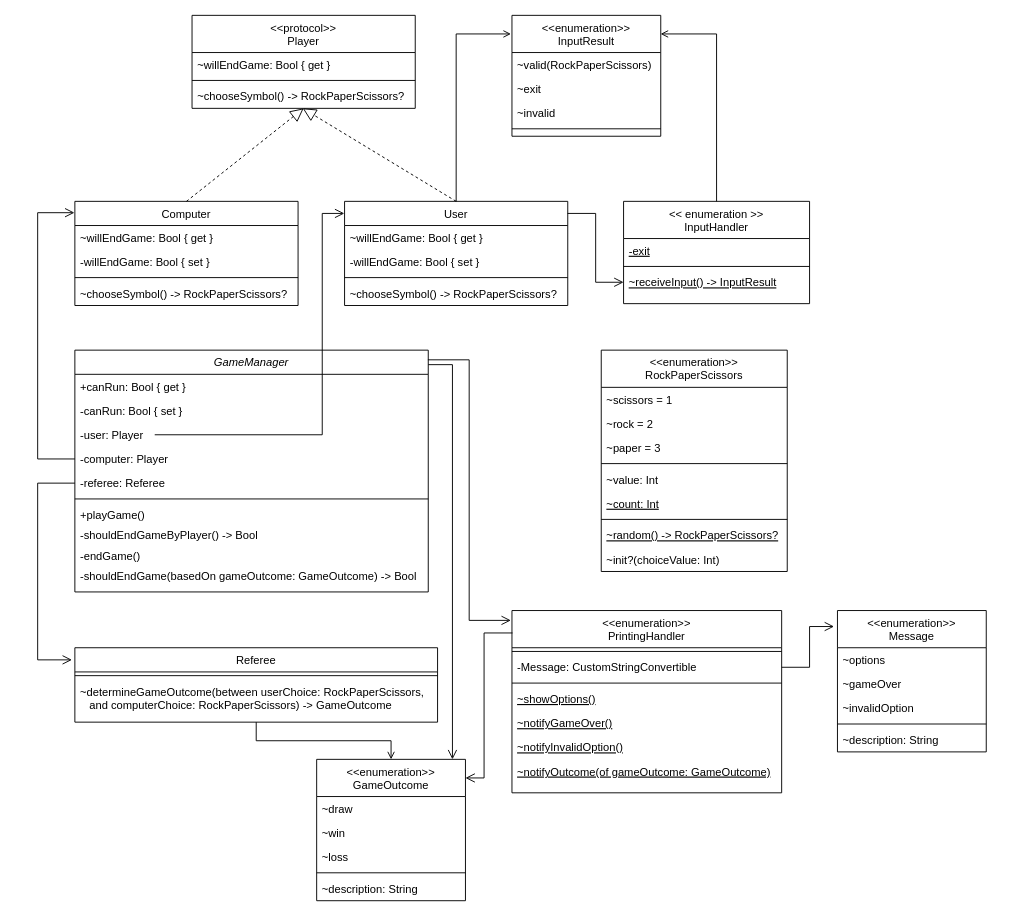
Before: docs/Game_RockPaperScissors_ClassDiagram.drawio in tasty-code/ios-rock-scissor-paper, a draw.io diagram. Source tidied: cells renumbered, new cells numbered last; positions are measured from the earlier drawing's top-left corner, leaving out a move shared by most shapes. Both pictures are drawn from the tidied source at 93%, with x=0, y=0 at pixel (37, 15).
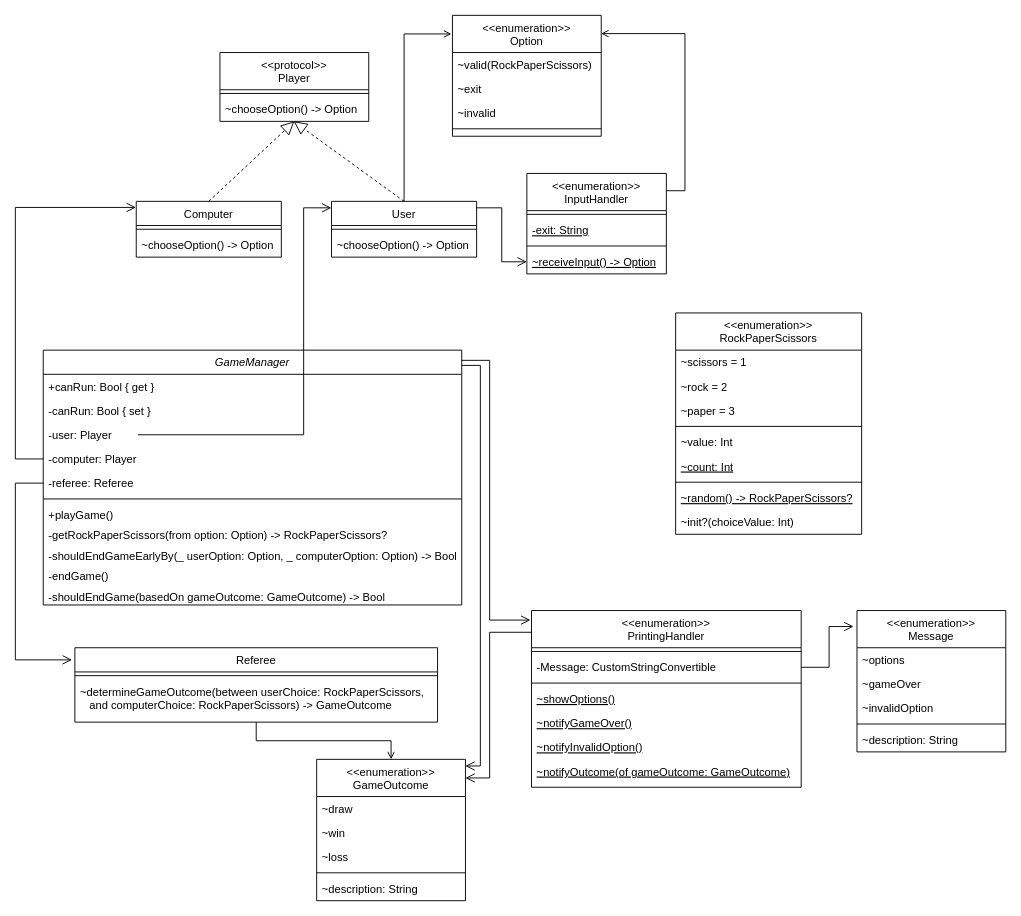
The same page after the edit.

Commit message (it also covers changes not shown here):
docs, refactor: Player 프로토콜의 willEndGame 변수 제거를 위한 리팩토링

Unchanged cells that the change refers to:
```xml
<mxCell id="30" value="Referee" style="swimlane;fontStyle=0;align=center;verticalAlign=top;horizontal=1;startSize=26;rounded=0;shadow=0;strokeWidth=1;" parent="1" vertex="1">
  <mxGeometry x="40" y="680" width="390" height="80" as="geometry" />
</mxCell>
<mxCell id="58" value="-Message: CustomStringConvertible" style="text;align=left;verticalAlign=top;spacingLeft=4;spacingRight=4;overflow=hidden;points=[[0,0.5],[1,0.5]];portConstraint=eastwest;" parent="56" vertex="1">
  <mxGeometry y="48" width="290" height="26" as="geometry" />
</mxCell>
<mxCell id="66" value="&lt;&lt;enumeration&gt;&gt;&#10;GameOutcome" style="swimlane;fontStyle=0;align=center;verticalAlign=top;horizontal=1;startSize=40;rounded=0;shadow=0;strokeWidth=1;" parent="1" vertex="1">
  <mxGeometry x="300" y="800" width="160" height="152" as="geometry" />
</mxCell>
```

Diff of the diagram source:
```diff
@@
     <mxCell id="2" value="GameManager" style="swimlane;fontStyle=2;align=center;verticalAlign=top;horizontal=1;startSize=26;rounded=0;shadow=0;strokeWidth=1;" parent="1" vertex="1">
-      <mxGeometry x="40" y="360" width="380" height="260" as="geometry" />
+      <mxGeometry x="6" y="360" width="450" height="274" as="geometry" />
     </mxCell>
     <mxCell id="3" value="+canRun: Bool { get }" style="text;align=left;verticalAlign=top;spacingLeft=4;spacingRight=4;overflow=hidden;" parent="2" vertex="1">
-      <mxGeometry y="26" width="380" height="26" as="geometry" />
+      <mxGeometry y="26" width="450" height="26" as="geometry" />
     </mxCell>
     <mxCell id="4" value="-canRun: Bool { set }" style="text;align=left;verticalAlign=top;spacingLeft=4;spacingRight=4;overflow=hidden;rounded=0;shadow=0;html=0;" parent="2" vertex="1">
-      <mxGeometry y="52" width="380" height="26" as="geometry" />
+      <mxGeometry y="52" width="450" height="26" as="geometry" />
     </mxCell>
     <mxCell id="5" value="-user: Player" style="text;align=left;verticalAlign=top;spacingLeft=4;spacingRight=4;overflow=hidden;points=[[0,0.5],[1,0.5]];portConstraint=eastwest;rounded=0;shadow=0;html=0;" parent="2" vertex="1">
-      <mxGeometry y="78" width="380" height="26" as="geometry" />
+      <mxGeometry y="78" width="450" height="26" as="geometry" />
     </mxCell>
     <mxCell id="6" value="-computer: Player" style="text;align=left;verticalAlign=top;spacingLeft=4;spacingRight=4;overflow=hidden;points=[[0,0.5],[1,0.5]];portConstraint=eastwest;rounded=0;shadow=0;html=0;" parent="2" vertex="1">
-      <mxGeometry y="104" width="380" height="26" as="geometry" />
+      <mxGeometry y="104" width="450" height="26" as="geometry" />
     </mxCell>
     <mxCell id="7" value="-referee: Referee" style="text;align=left;verticalAlign=top;spacingLeft=4;spacingRight=4;overflow=hidden;points=[[0,0.5],[1,0.5]];portConstraint=eastwest;rounded=0;shadow=0;html=0;" parent="2" vertex="1">
-      <mxGeometry y="130" width="380" height="26" as="geometry" />
+      <mxGeometry y="130" width="450" height="26" as="geometry" />
     </mxCell>
     <mxCell id="8" style="line;html=1;strokeWidth=1;align=left;verticalAlign=middle;spacingTop=-1;spacingLeft=3;spacingRight=3;labelPosition=right;" parent="2" vertex="1">
-      <mxGeometry y="156" width="380" height="8" as="geometry" />
+      <mxGeometry y="156" width="450" height="8" as="geometry" />
     </mxCell>
     <mxCell id="9" value="+playGame()" style="text;align=left;verticalAlign=top;spacingLeft=4;spacingRight=4;overflow=hidden;strokeColor=none;" parent="2" vertex="1">
-      <mxGeometry y="164" width="380" height="22" as="geometry" />
+      <mxGeometry y="164" width="450" height="22" as="geometry" />
     </mxCell>
+    <mxCell id="82" value="-getRockPaperScissors(from option: Option) -&gt; RockPaperScissors?" style="text;align=left;verticalAlign=top;spacingLeft=4;spacingRight=4;overflow=hidden;strokeColor=none;" parent="2" vertex="1">
+      <mxGeometry y="186" width="450" height="22" as="geometry" />
+    </mxCell>
-    <mxCell id="10" value="-shouldEndGameByPlayer() -&gt; Bool" style="text;align=left;verticalAlign=top;spacingLeft=4;spacingRight=4;overflow=hidden;strokeColor=none;" parent="2" vertex="1">
-      <mxGeometry y="186" width="380" height="22" as="geometry" />
+    <mxCell id="10" value="-shouldEndGameEarlyBy(_ userOption: Option, _ computerOption: Option) -&gt; Bool" style="text;align=left;verticalAlign=top;spacingLeft=4;spacingRight=4;overflow=hidden;strokeColor=none;" parent="2" vertex="1">
+      <mxGeometry y="208" width="450" height="22" as="geometry" />
     </mxCell>
     <mxCell id="11" value="-endGame()" style="text;align=left;verticalAlign=top;spacingLeft=4;spacingRight=4;overflow=hidden;strokeColor=none;" parent="2" vertex="1">
-      <mxGeometry y="208" width="380" height="22" as="geometry" />
+      <mxGeometry y="230" width="450" height="22" as="geometry" />
     </mxCell>
     <mxCell id="12" value="-shouldEndGame(basedOn gameOutcome: GameOutcome) -&gt; Bool" style="text;align=left;verticalAlign=top;spacingLeft=4;spacingRight=4;overflow=hidden;strokeColor=none;" parent="2" vertex="1">
-      <mxGeometry y="230" width="380" height="22" as="geometry" />
+      <mxGeometry y="252" width="450" height="22" as="geometry" />
     </mxCell>
     <mxCell id="13" value="&lt;&lt;enumeration&gt;&gt;&#10;RockPaperScissors" style="swimlane;fontStyle=0;align=center;verticalAlign=top;horizontal=1;startSize=40;rounded=0;shadow=0;strokeWidth=1;" parent="1" vertex="1">
-      <mxGeometry x="606" y="360" width="200" height="238" as="geometry" />
+      <mxGeometry x="686" y="320" width="200" height="238" as="geometry" />
     </mxCell>
@@
     <mxCell id="23" value="&lt;&lt;enumeration&gt;&gt;&#10;Message" style="swimlane;fontStyle=0;align=center;verticalAlign=top;horizontal=1;startSize=40;rounded=0;shadow=0;strokeWidth=1;" parent="1" vertex="1">
-      <mxGeometry x="860" y="640" width="160" height="152" as="geometry" />
+      <mxGeometry x="881" y="640" width="160" height="152" as="geometry" />
     </mxCell>
@@
     <mxCell id="29" style="edgeStyle=elbowEdgeStyle;elbow=horizontal;endArrow=open;html=1;curved=0;rounded=0;endSize=8;startSize=8;endFill=0;entryX=-0.004;entryY=0.054;entryDx=0;entryDy=0;entryPerimeter=0;exitX=0.999;exitY=0.04;exitDx=0;exitDy=0;exitPerimeter=0;" parent="1" edge="1" source="2" target="56">
-      <mxGeometry relative="1" as="geometry" />
+      <mxGeometry relative="1" as="geometry">
+        <Array as="points">
+          <mxPoint x="486" y="510" />
+        </Array>
+      </mxGeometry>
     </mxCell>
@@
     <mxCell id="33" value="&lt;&lt;protocol&gt;&gt;&#10;Player" style="swimlane;fontStyle=0;align=center;verticalAlign=top;horizontal=1;startSize=40;rounded=0;shadow=0;strokeWidth=1;" parent="1" vertex="1">
-      <mxGeometry x="166" width="240" height="100" as="geometry" />
+      <mxGeometry x="196" y="40" width="160" height="74" as="geometry" />
     </mxCell>
-    <mxCell id="34" value="~willEndGame: Bool { get }" style="text;align=left;verticalAlign=top;spacingLeft=4;spacingRight=4;overflow=hidden;" parent="33" vertex="1">
-      <mxGeometry y="40" width="240" height="26" as="geometry" />
-    </mxCell>
     <mxCell id="35" style="line;html=1;strokeWidth=1;align=left;verticalAlign=middle;spacingTop=-1;spacingLeft=3;spacingRight=3;labelPosition=right;" parent="33" vertex="1">
-      <mxGeometry y="66" width="240" height="8" as="geometry" />
+      <mxGeometry y="40" width="160" height="8" as="geometry" />
     </mxCell>
-    <mxCell id="36" value="~chooseSymbol() -&gt; RockPaperScissors?" style="text;align=left;verticalAlign=top;spacingLeft=4;spacingRight=4;overflow=hidden;points=[[0,0.5],[1,0.5]];portConstraint=eastwest;" parent="33" vertex="1">
-      <mxGeometry y="74" width="240" height="26" as="geometry" />
+    <mxCell id="36" value="~chooseOption() -&gt; Option" style="text;align=left;verticalAlign=top;spacingLeft=4;spacingRight=4;overflow=hidden;points=[[0,0.5],[1,0.5]];portConstraint=eastwest;" parent="33" vertex="1">
+      <mxGeometry y="48" width="160" height="26" as="geometry" />
     </mxCell>
     <mxCell id="37" value="Computer" style="swimlane;fontStyle=0;align=center;verticalAlign=top;horizontal=1;startSize=26;rounded=0;shadow=0;strokeWidth=1;" parent="1" vertex="1">
-      <mxGeometry x="40" y="200" width="240" height="112" as="geometry" />
+      <mxGeometry x="106" y="200" width="156" height="60" as="geometry" />
     </mxCell>
-    <mxCell id="38" value="~willEndGame: Bool { get }" style="text;align=left;verticalAlign=top;spacingLeft=4;spacingRight=4;overflow=hidden;" parent="37" vertex="1">
-      <mxGeometry y="26" width="240" height="26" as="geometry" />
-    </mxCell>
-    <mxCell id="39" value="-willEndGame: Bool { set }" style="text;align=left;verticalAlign=top;spacingLeft=4;spacingRight=4;overflow=hidden;" parent="37" vertex="1">
-      <mxGeometry y="52" width="240" height="26" as="geometry" />
-    </mxCell>
     <mxCell id="40" style="line;html=1;strokeWidth=1;align=left;verticalAlign=middle;spacingTop=-1;spacingLeft=3;spacingRight=3;labelPosition=right;" parent="37" vertex="1">
-      <mxGeometry y="78" width="240" height="8" as="geometry" />
+      <mxGeometry y="26" width="156" height="8" as="geometry" />
     </mxCell>
-    <mxCell id="41" value="~chooseSymbol() -&gt; RockPaperScissors?" style="text;align=left;verticalAlign=top;spacingLeft=4;spacingRight=4;overflow=hidden;" parent="37" vertex="1">
-      <mxGeometry y="86" width="240" height="26" as="geometry" />
+    <mxCell id="41" value="~chooseOption() -&gt; Option" style="text;align=left;verticalAlign=top;spacingLeft=4;spacingRight=4;overflow=hidden;" parent="37" vertex="1">
+      <mxGeometry y="34" width="156" height="26" as="geometry" />
     </mxCell>
-    <mxCell id="42" value="&lt;&lt;enumeration&gt;&gt;&#10;InputResult" style="swimlane;fontStyle=0;align=center;verticalAlign=top;horizontal=1;startSize=40;rounded=0;shadow=0;strokeWidth=1;" parent="1" vertex="1">
-      <mxGeometry x="510" width="160" height="130" as="geometry" />
+    <mxCell id="42" value="&lt;&lt;enumeration&gt;&gt;&#10;Option" style="swimlane;fontStyle=0;align=center;verticalAlign=top;horizontal=1;startSize=40;rounded=0;shadow=0;strokeWidth=1;" parent="1" vertex="1">
+      <mxGeometry x="446" width="160" height="130" as="geometry" />
     </mxCell>
@@
     <mxCell id="47" value="User" style="swimlane;fontStyle=0;align=center;verticalAlign=top;horizontal=1;startSize=26;rounded=0;shadow=0;strokeWidth=1;" parent="1" vertex="1">
-      <mxGeometry x="330" y="200" width="240" height="112" as="geometry" />
+      <mxGeometry x="316" y="200" width="156" height="60" as="geometry" />
     </mxCell>
-    <mxCell id="48" value="~willEndGame: Bool { get }" style="text;align=left;verticalAlign=top;spacingLeft=4;spacingRight=4;overflow=hidden;" parent="47" vertex="1">
-      <mxGeometry y="26" width="240" height="26" as="geometry" />
-    </mxCell>
-    <mxCell id="49" value="-willEndGame: Bool { set }" style="text;align=left;verticalAlign=top;spacingLeft=4;spacingRight=4;overflow=hidden;" parent="47" vertex="1">
-      <mxGeometry y="52" width="240" height="26" as="geometry" />
-    </mxCell>
     <mxCell id="50" style="line;html=1;strokeWidth=1;align=left;verticalAlign=middle;spacingTop=-1;spacingLeft=3;spacingRight=3;labelPosition=right;" parent="47" vertex="1">
-      <mxGeometry y="78" width="240" height="8" as="geometry" />
+      <mxGeometry y="26" width="156" height="8" as="geometry" />
     </mxCell>
-    <mxCell id="51" value="~chooseSymbol() -&gt; RockPaperScissors?" style="text;align=left;verticalAlign=top;spacingLeft=4;spacingRight=4;overflow=hidden;" parent="47" vertex="1">
-      <mxGeometry y="86" width="240" height="26" as="geometry" />
+    <mxCell id="51" value="~chooseOption() -&gt; Option" style="text;align=left;verticalAlign=top;spacingLeft=4;spacingRight=4;overflow=hidden;" parent="47" vertex="1">
+      <mxGeometry y="34" width="156" height="26" as="geometry" />
     </mxCell>
-    <mxCell id="52" value="&lt;&lt; enumeration &gt;&gt;&#10;InputHandler" style="swimlane;fontStyle=0;align=center;verticalAlign=top;horizontal=1;startSize=40;rounded=0;shadow=0;strokeWidth=1;" parent="1" vertex="1">
-      <mxGeometry x="630" y="200" width="200" height="110" as="geometry" />
+    <mxCell id="52" value="&lt;&lt;enumeration&gt;&gt;&#10;InputHandler" style="swimlane;fontStyle=0;align=center;verticalAlign=middle;horizontal=1;startSize=40;rounded=0;shadow=0;strokeWidth=1;" parent="1" vertex="1">
+      <mxGeometry x="526" y="170" width="150" height="108" as="geometry" />
     </mxCell>
+    <mxCell id="54" style="line;html=1;strokeWidth=1;align=left;verticalAlign=middle;spacingTop=-1;spacingLeft=3;spacingRight=3;labelPosition=right;" parent="52" vertex="1">
+      <mxGeometry y="40" width="150" height="8" as="geometry" />
+    </mxCell>
-    <mxCell id="53" value="-exit" style="text;align=left;verticalAlign=top;spacingLeft=4;spacingRight=4;overflow=hidden;fontStyle=4;" parent="52" vertex="1">
-      <mxGeometry y="40" width="200" height="26" as="geometry" />
+    <mxCell id="53" value="-exit: String" style="text;align=left;verticalAlign=top;spacingLeft=4;spacingRight=4;overflow=hidden;fontStyle=4;" parent="52" vertex="1">
+      <mxGeometry y="48" width="150" height="26" as="geometry" />
     </mxCell>
-    <mxCell id="54" style="line;html=1;strokeWidth=1;align=left;verticalAlign=middle;spacingTop=-1;spacingLeft=3;spacingRight=3;labelPosition=right;" parent="52" vertex="1">
-      <mxGeometry y="66" width="200" height="8" as="geometry" />
-    </mxCell>
+    <mxCell id="83" style="line;html=1;strokeWidth=1;align=left;verticalAlign=middle;spacingTop=-1;spacingLeft=3;spacingRight=3;labelPosition=right;" parent="52" vertex="1">
+      <mxGeometry y="74" width="150" height="8" as="geometry" />
+    </mxCell>
-    <mxCell id="55" value="~receiveInput() -&gt; InputResult" style="text;align=left;verticalAlign=top;spacingLeft=4;spacingRight=4;overflow=hidden;points=[[0,0.5],[1,0.5]];portConstraint=eastwest;fontStyle=4;" parent="52" vertex="1">
-      <mxGeometry y="74" width="200" height="26" as="geometry" />
+    <mxCell id="55" value="~receiveInput() -&gt; Option" style="text;align=left;verticalAlign=top;spacingLeft=4;spacingRight=4;overflow=hidden;points=[[0,0.5],[1,0.5]];portConstraint=eastwest;fontStyle=4;" parent="52" vertex="1">
+      <mxGeometry y="82" width="150" height="26" as="geometry" />
     </mxCell>
     <mxCell id="56" value="&lt;&lt;enumeration&gt;&gt;&#10;PrintingHandler" style="swimlane;fontStyle=0;align=center;verticalAlign=top;horizontal=1;startSize=40;rounded=0;shadow=0;strokeWidth=1;" parent="1" vertex="1">
-      <mxGeometry x="510" y="640" width="290" height="196" as="geometry" />
+      <mxGeometry x="531" y="640" width="290" height="190" as="geometry" />
     </mxCell>
@@
     <mxCell id="72" style="edgeStyle=elbowEdgeStyle;elbow=horizontal;endArrow=open;html=1;curved=0;rounded=0;endSize=8;startSize=8;endFill=0;exitX=0;exitY=0.5;exitDx=0;exitDy=0;entryX=-0.002;entryY=0.109;entryDx=0;entryDy=0;entryPerimeter=0;" parent="1" edge="1" source="6" target="37">
       <mxGeometry relative="1" as="geometry">
         <Array as="points">
-          <mxPoint y="390" />
+          <mxPoint x="-24" y="360" />
         </Array>
       </mxGeometry>
     </mxCell>
     <mxCell id="73" style="edgeStyle=elbowEdgeStyle;elbow=horizontal;endArrow=open;html=1;curved=0;rounded=0;endSize=8;startSize=8;endFill=0;entryX=-0.001;entryY=0.116;entryDx=0;entryDy=0;entryPerimeter=0;exitX=0.226;exitY=0.5;exitDx=0;exitDy=0;exitPerimeter=0;" parent="1" edge="1" source="5" target="47">
       <mxGeometry relative="1" as="geometry">
         <Array as="points">
-          <mxPoint x="306" y="330" />
+          <mxPoint x="286" y="330" />
         </Array>
       </mxGeometry>
     </mxCell>
     <mxCell id="74" style="edgeStyle=elbowEdgeStyle;elbow=vertical;endArrow=open;html=1;curved=0;rounded=0;endSize=8;startSize=8;endFill=0;exitX=0;exitY=0.5;exitDx=0;exitDy=0;entryX=-0.008;entryY=0.163;entryDx=0;entryDy=0;entryPerimeter=0;" parent="1" edge="1" source="7" target="30">
       <mxGeometry relative="1" as="geometry">
         <Array as="points">
-          <mxPoint y="600" />
+          <mxPoint x="-24" y="600" />
         </Array>
       </mxGeometry>
     </mxCell>
@@
-    <mxCell id="76" style="endArrow=open;shadow=0;strokeWidth=1;rounded=0;endFill=1;edgeStyle=elbowEdgeStyle;elbow=vertical;exitX=0.5;exitY=0;exitDx=0;exitDy=0;entryX=0.999;entryY=0.151;entryDx=0;entryDy=0;entryPerimeter=0;" parent="1" edge="1" source="52" target="42">
+    <mxCell id="76" style="endArrow=open;shadow=0;strokeWidth=1;rounded=0;endFill=1;edgeStyle=elbowEdgeStyle;elbow=vertical;exitX=0.998;exitY=0.172;exitDx=0;exitDy=0;entryX=0.999;entryY=0.151;entryDx=0;entryDy=0;entryPerimeter=0;exitPerimeter=0;" parent="1" edge="1" source="52" target="42">
       <mxGeometry x="0.5" y="41" relative="1" as="geometry">
         <Array as="points">
-          <mxPoint x="716" y="20" />
+          <mxPoint x="696" y="120" />
         </Array>
         <mxPoint x="-40" y="32" as="offset" />
       </mxGeometry>
     </mxCell>
@@
     <mxCell id="78" style="edgeStyle=elbowEdgeStyle;elbow=horizontal;endArrow=open;html=1;curved=0;rounded=0;endSize=8;startSize=8;endFill=0;exitX=0.002;exitY=0.123;exitDx=0;exitDy=0;exitPerimeter=0;entryX=1;entryY=0.132;entryDx=0;entryDy=0;entryPerimeter=0;" parent="1" edge="1" source="56">
       <mxGeometry relative="1" as="geometry">
         <mxPoint x="460" y="820" as="targetPoint" />
         <Array as="points">
-          <mxPoint x="480" y="679.9" />
+          <mxPoint x="486" y="740" />
         </Array>
       </mxGeometry>
     </mxCell>
     <mxCell id="79" style="edgeStyle=elbowEdgeStyle;elbow=horizontal;endArrow=open;html=1;curved=0;rounded=0;endSize=8;startSize=8;endFill=0;entryX=-0.023;entryY=0.113;entryDx=0;entryDy=0;entryPerimeter=0;exitX=1;exitY=0.5;exitDx=0;exitDy=0;" parent="1" edge="1" source="58" target="23">
       <mxGeometry relative="1" as="geometry">
         <Array as="points">
-          <mxPoint x="830" y="680" />
+          <mxPoint x="851" y="680" />
         </Array>
       </mxGeometry>
     </mxCell>
@@
-    <mxCell id="81" style="edgeStyle=segmentEdgeStyle;endArrow=open;html=1;curved=0;rounded=0;endSize=8;startSize=8;exitX=1;exitY=0.06;exitDx=0;exitDy=0;exitPerimeter=0;endFill=0;" parent="1" edge="1" source="2">
+    <mxCell id="81" style="edgeStyle=segmentEdgeStyle;endArrow=open;html=1;curved=0;rounded=0;endSize=8;startSize=8;exitX=1;exitY=0.06;exitDx=0;exitDy=0;exitPerimeter=0;endFill=0;entryX=0.999;entryY=0.047;entryDx=0;entryDy=0;entryPerimeter=0;" parent="1" edge="1" source="2" target="66">
       <mxGeometry relative="1" as="geometry">
-        <mxPoint x="446" y="800" as="targetPoint" />
+        <Array as="points">
+          <mxPoint x="476" y="376" />
+          <mxPoint x="476" y="807" />
+        </Array>
       </mxGeometry>
     </mxCell>
```
